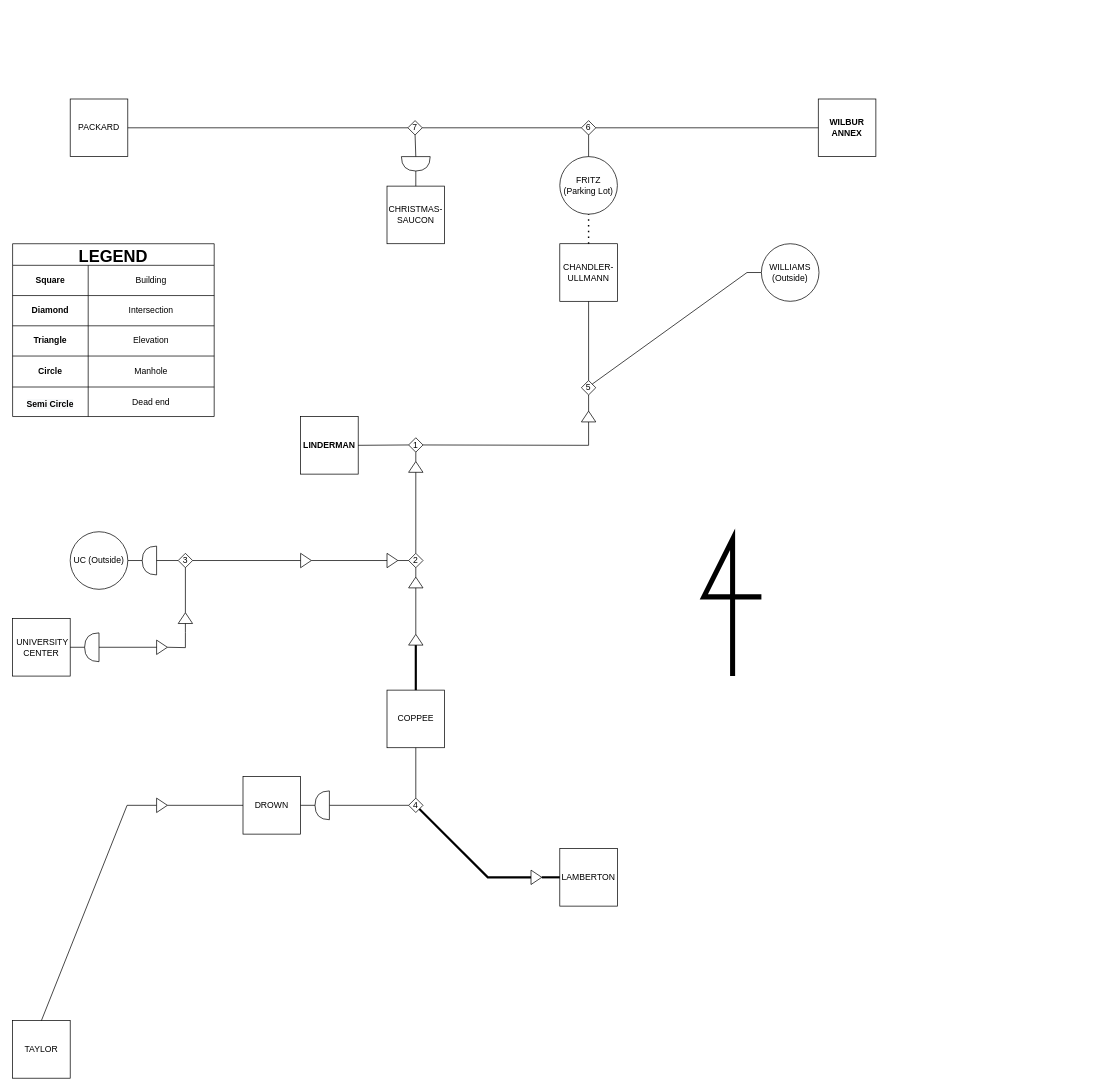
This is diagram.drawio from shun-ueda/lehigh-stream-tunnel, a draw.io file, before an edit. Source tidied: cells renumbered, new cells numbered last; positions are measured from the earlier drawing's top-left corner, leaving out a move shared by most shapes. Both pictures are drawn from the tidied source at 72%, with x=0, y=0 at pixel (12, 99).
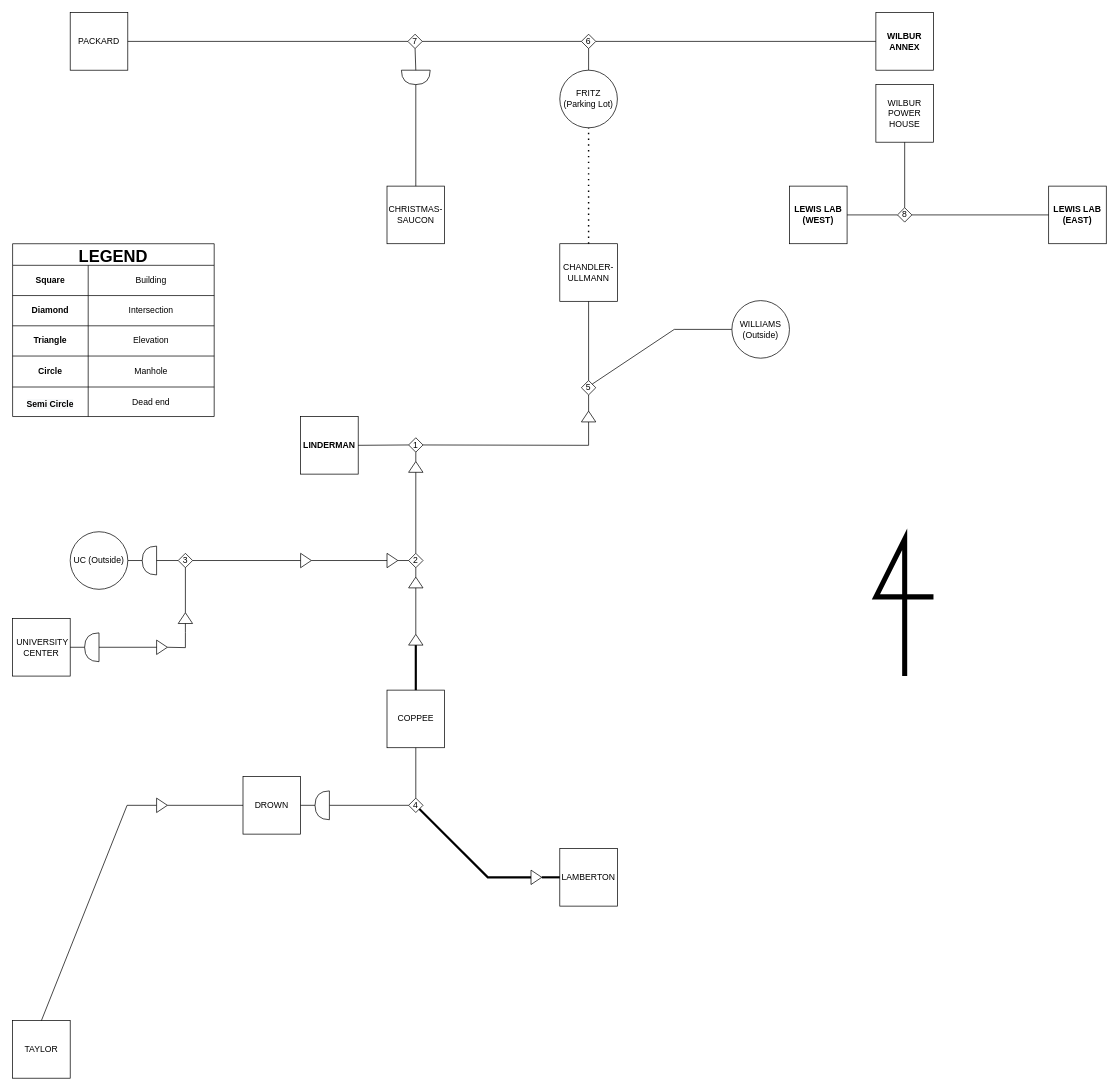
Above is the later version.

Unchanged cells that the change refers to:
```xml
<mxCell id="58" value="5" style="rhombus;whiteSpace=wrap;html=1;" parent="1" vertex="1">
  <mxGeometry x="790" y="391" width="20" height="20" as="geometry" />
</mxCell>
```

What changed in the source:
```diff
@@
     <mxCell id="62" style="endArrow=none;html=1;rounded=0;exitX=1;exitY=0;exitDx=0;exitDy=0;entryX=0;entryY=0.5;entryDx=0;entryDy=0;" parent="1" edge="1" source="58" target="65">
       <mxGeometry relative="1" as="geometry">
         <Array as="points">
-          <mxPoint x="1020" y="241" />
+          <mxPoint x="919" y="320" />
         </Array>
       </mxGeometry>
     </mxCell>
@@
     <mxCell id="65" value="WILLIAMS&lt;br&gt;(Outside)" style="ellipse;whiteSpace=wrap;html=1;" parent="1" vertex="1">
-      <mxGeometry x="1040" y="201" width="80" height="80" as="geometry" />
+      <mxGeometry x="999" y="280" width="80" height="80" as="geometry" />
     </mxCell>
@@
     <mxCell id="67" value="WILBUR ANNEX" style="rounded=0;whiteSpace=wrap;html=1;fontStyle=1;" parent="1" vertex="1">
-      <mxGeometry x="1119" width="80" height="80" as="geometry" />
+      <mxGeometry x="1199" y="-120" width="80" height="80" as="geometry" />
     </mxCell>
     <mxCell id="68" value="6" style="rhombus;whiteSpace=wrap;html=1;" parent="1" vertex="1">
-      <mxGeometry x="790" y="30" width="20" height="20" as="geometry" />
+      <mxGeometry x="790" y="-90" width="20" height="20" as="geometry" />
     </mxCell>
@@
     <mxCell id="70" value="FRITZ (Parking Lot)" style="ellipse;whiteSpace=wrap;html=1;" parent="1" vertex="1">
-      <mxGeometry x="760" y="80" width="80" height="80" as="geometry" />
+      <mxGeometry x="760" y="-40" width="80" height="80" as="geometry" />
     </mxCell>
@@
     <mxCell id="74" value="PACKARD" style="rounded=0;whiteSpace=wrap;html=1;" parent="1" vertex="1">
-      <mxGeometry x="80" width="80" height="80" as="geometry" />
+      <mxGeometry x="80" y="-120" width="80" height="80" as="geometry" />
     </mxCell>
     <mxCell id="75" value="7" style="rhombus;whiteSpace=wrap;html=1;" parent="1" vertex="1">
-      <mxGeometry x="549" y="30" width="20" height="20" as="geometry" />
+      <mxGeometry x="549" y="-90" width="20" height="20" as="geometry" />
     </mxCell>
     <mxCell id="76" style="shape=or;whiteSpace=wrap;html=1;rotation=-90;flipV=0;flipH=1;" parent="1" vertex="1">
-      <mxGeometry x="550" y="70" width="20" height="40" as="geometry" />
+      <mxGeometry x="550" y="-50" width="20" height="40" as="geometry" />
     </mxCell>
@@
     <mxCell id="81" style="endArrow=none;html=1;rounded=0;fontSize=70;strokeWidth=7;" parent="1" edge="1">
       <mxGeometry relative="1" as="geometry">
-        <mxPoint x="1000" y="801.5" as="sourcePoint" />
-        <mxPoint x="1040" y="691.5" as="targetPoint" />
+        <mxPoint x="1239" y="801.5" as="sourcePoint" />
+        <mxPoint x="1279" y="691.5" as="targetPoint" />
         <Array as="points">
-          <mxPoint x="1000" y="611.5" />
-          <mxPoint x="960" y="691.5" />
+          <mxPoint x="1239" y="611.5" />
+          <mxPoint x="1199" y="691.5" />
         </Array>
       </mxGeometry>
     </mxCell>
@@
+    <mxCell id="86" value="&lt;span style=&quot;font-weight: normal;&quot;&gt;WILBUR POWER HOUSE&lt;/span&gt;" style="rounded=0;whiteSpace=wrap;html=1;fontStyle=1;" parent="1" vertex="1">
+      <mxGeometry x="1199" y="-20" width="80" height="80" as="geometry" />
+    </mxCell>
+    <mxCell id="87" value="LEWIS LAB (EAST)" style="rounded=0;whiteSpace=wrap;html=1;fontStyle=1;" parent="1" vertex="1">
+      <mxGeometry x="1439" y="121" width="80" height="80" as="geometry" />
+    </mxCell>
+    <mxCell id="88" value="LEWIS LAB (WEST)" style="rounded=0;whiteSpace=wrap;html=1;fontStyle=1;" parent="1" vertex="1">
+      <mxGeometry x="1079" y="121" width="80" height="80" as="geometry" />
+    </mxCell>
+    <mxCell id="89" value="8" style="rhombus;whiteSpace=wrap;html=1;" parent="1" vertex="1">
+      <mxGeometry x="1229" y="151" width="20" height="20" as="geometry" />
+    </mxCell>
+    <mxCell id="90" style="endArrow=none;html=1;rounded=0;entryX=0;entryY=0.5;entryDx=0;entryDy=0;exitX=1;exitY=0.5;exitDx=0;exitDy=0;" parent="1" edge="1" source="89" target="87">
+      <mxGeometry relative="1" as="geometry" />
+    </mxCell>
+    <mxCell id="91" style="endArrow=none;html=1;rounded=0;entryX=0;entryY=0.5;entryDx=0;entryDy=0;exitX=1;exitY=0.5;exitDx=0;exitDy=0;" parent="1" edge="1" source="88" target="89">
+      <mxGeometry relative="1" as="geometry" />
+    </mxCell>
+    <mxCell id="92" style="endArrow=none;html=1;rounded=0;entryX=0.5;entryY=1;entryDx=0;entryDy=0;exitX=0.5;exitY=0;exitDx=0;exitDy=0;" parent="1" edge="1" source="89" target="86">
+      <mxGeometry relative="1" as="geometry" />
+    </mxCell>
```
